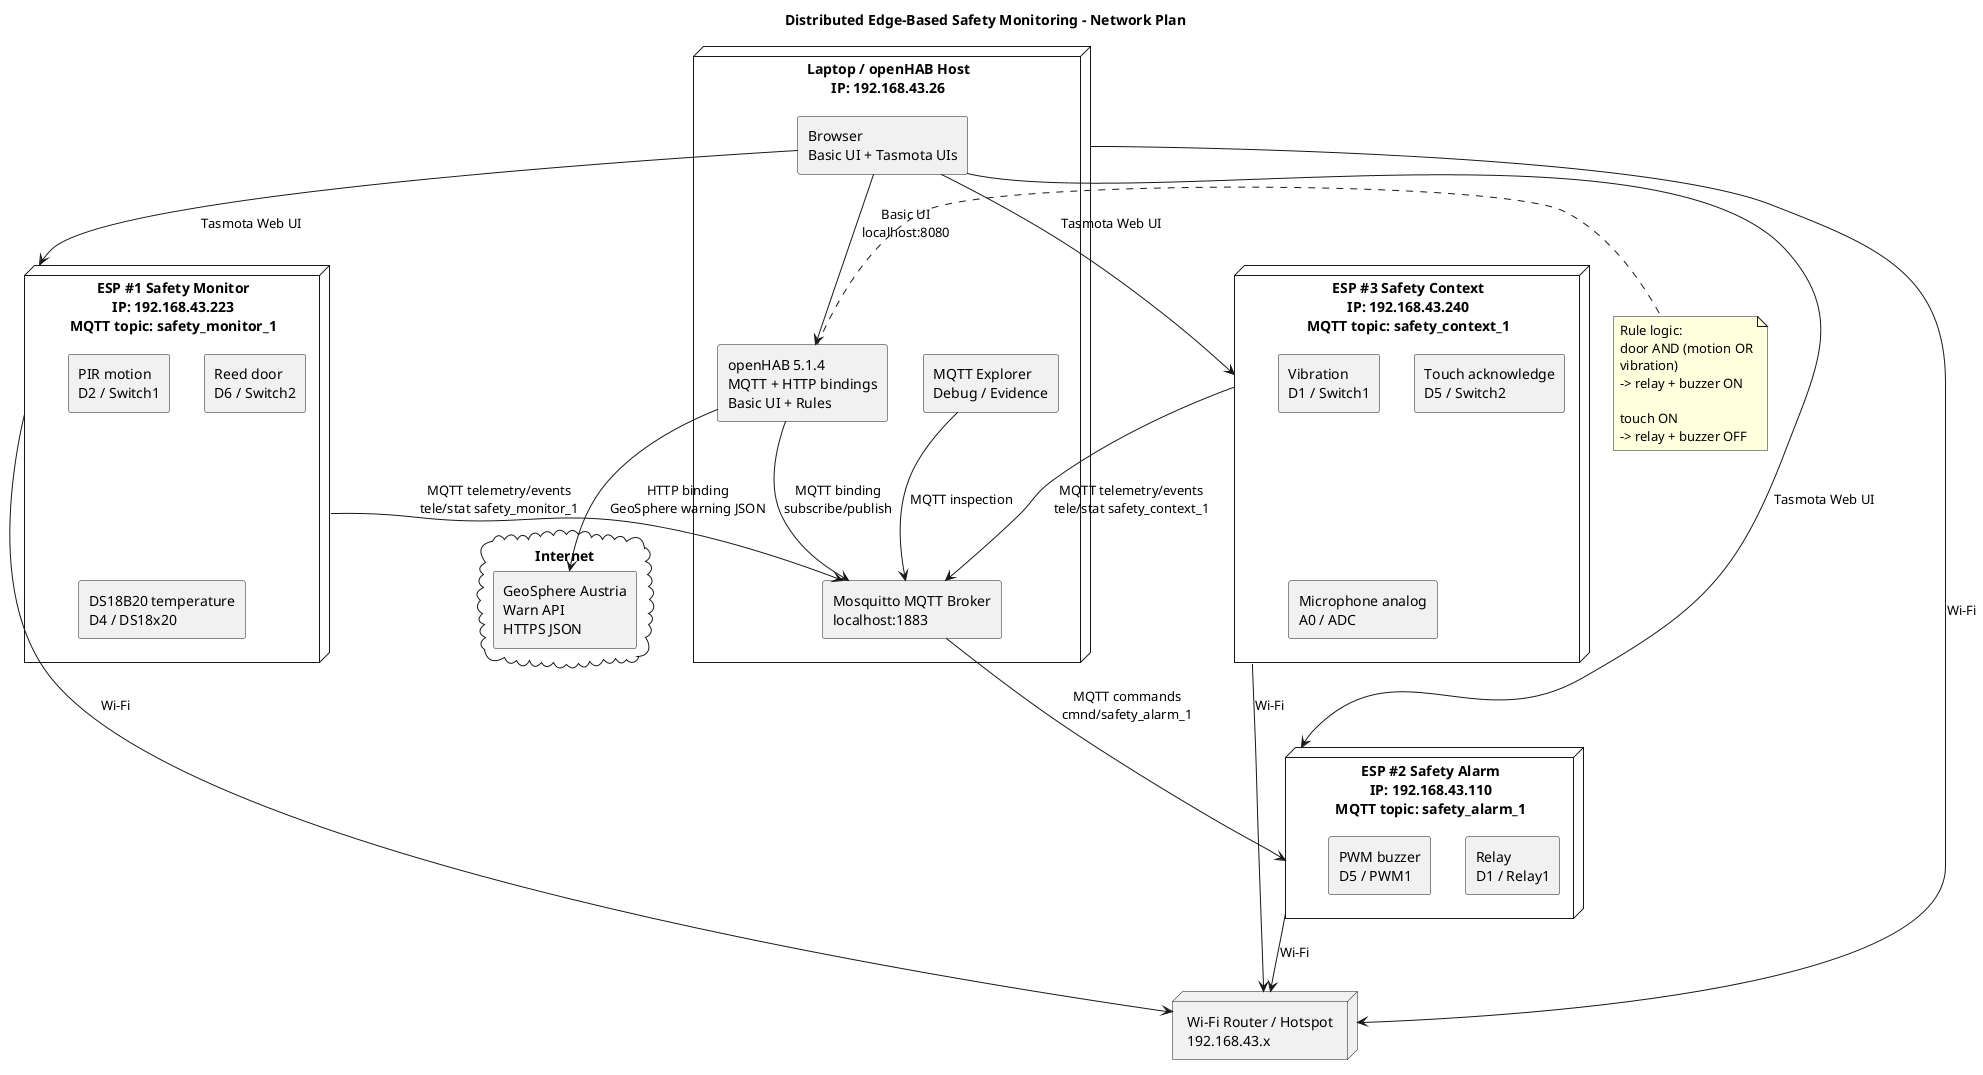
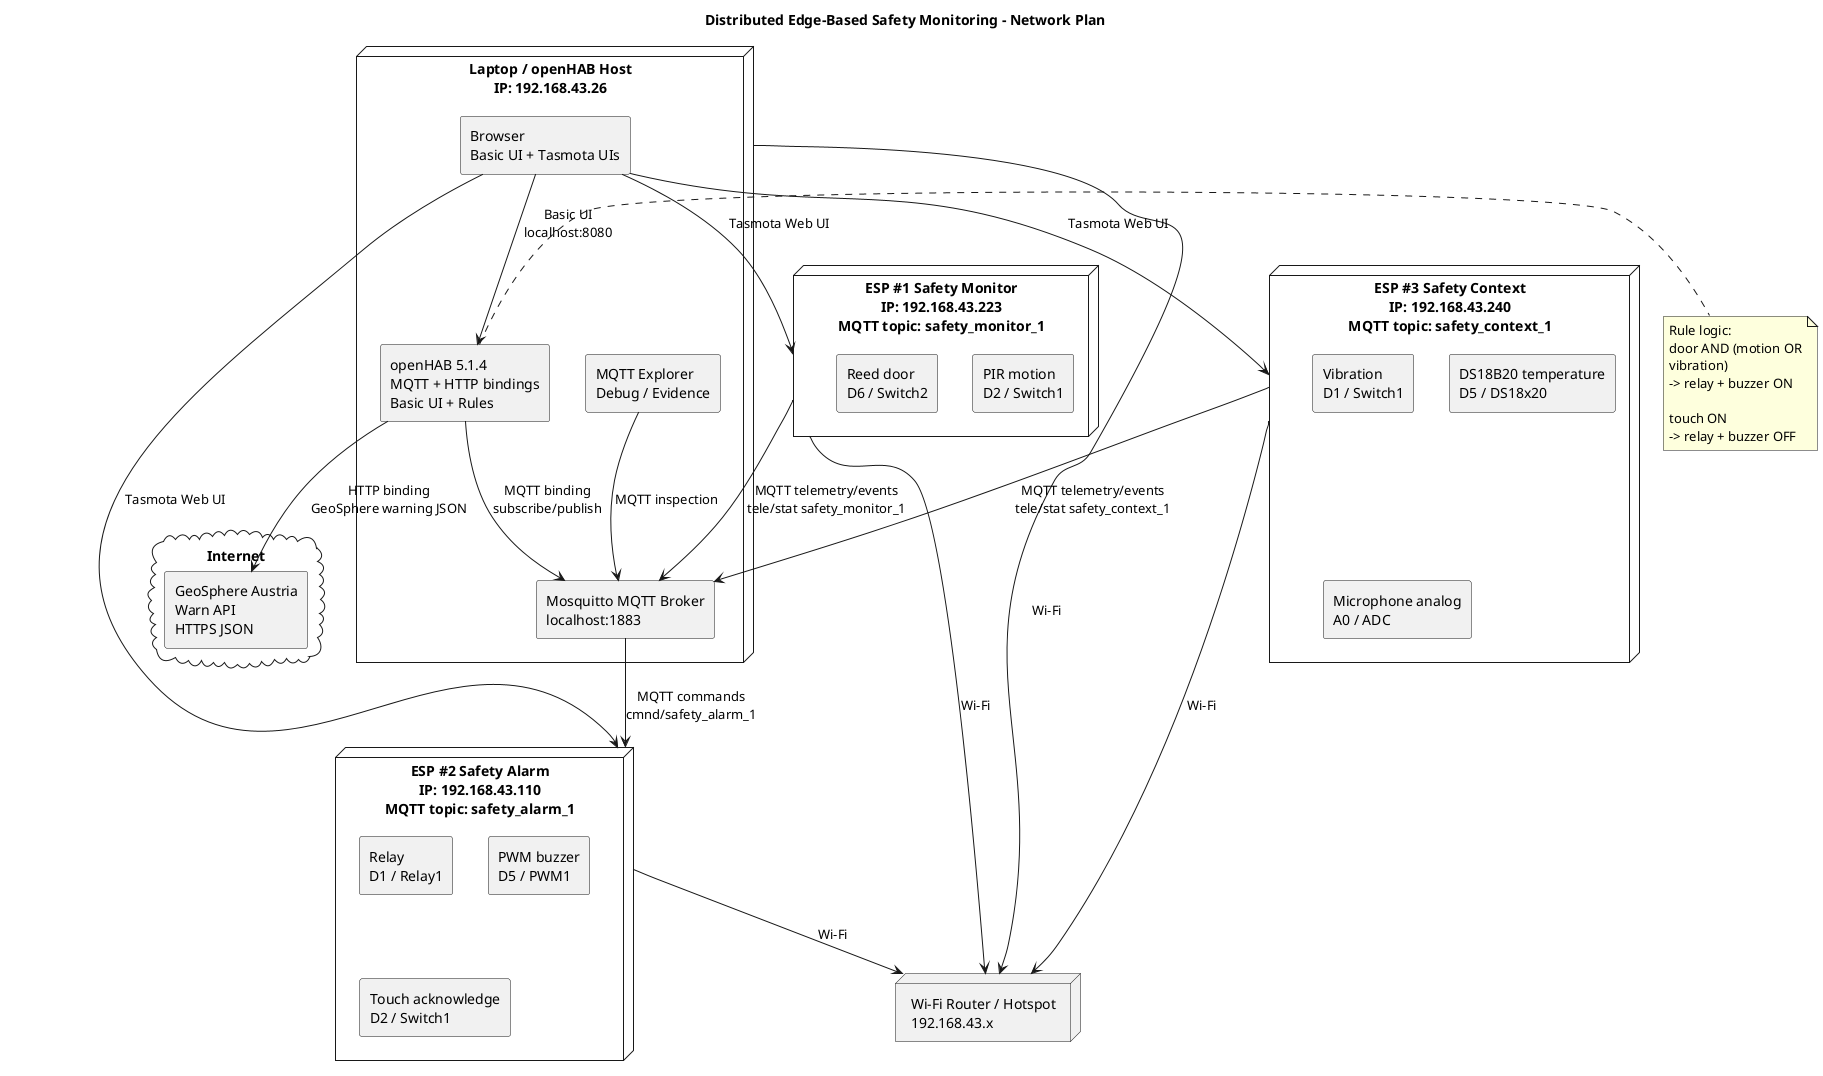
@startuml
title Distributed Edge-Based Safety Monitoring - Network Plan

skinparam shadowing false
skinparam componentStyle rectangle
skinparam wrapWidth 180

cloud "Internet" as internet {
  rectangle "GeoSphere Austria\nWarn API\nHTTPS JSON" as geosphere
}

node "Laptop / openHAB Host\nIP: 192.168.43.26" as laptop {
  component "Mosquitto MQTT Broker\nlocalhost:1883" as mosquitto
  component "openHAB 5.1.4\nMQTT + HTTP bindings\nBasic UI + Rules" as openhab
  component "MQTT Explorer\nDebug / Evidence" as explorer
  component "Browser\nBasic UI + Tasmota UIs" as browser
}

node "Wi-Fi Router / Hotspot\n192.168.43.x" as wifi

node "ESP #1 Safety Monitor\nIP: 192.168.43.223\nMQTT topic: safety_monitor_1" as esp1 {
  component "PIR motion\nD2 / Switch1" as pir
  component "Reed door\nD6 / Switch2" as reed
-   component "DS18B20 temperature\nD4 / DS18x20" as temp
}

node "ESP #2 Safety Alarm\nIP: 192.168.43.110\nMQTT topic: safety_alarm_1" as esp2 {
  component "Relay\nD1 / Relay1" as relay
  component "PWM buzzer\nD5 / PWM1" as buzzer
+   component "Touch acknowledge\nD2 / Switch1" as touch
}

node "ESP #3 Safety Context\nIP: 192.168.43.240\nMQTT topic: safety_context_1" as esp3 {
  component "Vibration\nD1 / Switch1" as vibration
-   component "Touch acknowledge\nD5 / Switch2" as touch
+   component "DS18B20 temperature\nD5 / DS18x20" as temp
  component "Microphone analog\nA0 / ADC" as mic
}

esp1 --> wifi : Wi-Fi
esp2 --> wifi : Wi-Fi
esp3 --> wifi : Wi-Fi
laptop --> wifi : Wi-Fi

esp1 --> mosquitto : MQTT telemetry/events\ntele/stat safety_monitor_1
esp3 --> mosquitto : MQTT telemetry/events\ntele/stat safety_context_1
openhab --> mosquitto : MQTT binding\nsubscribe/publish
mosquitto --> esp2 : MQTT commands\ncmnd/safety_alarm_1
explorer --> mosquitto : MQTT inspection

browser --> openhab : Basic UI\nlocalhost:8080
browser --> esp1 : Tasmota Web UI
browser --> esp2 : Tasmota Web UI
browser --> esp3 : Tasmota Web UI

openhab --> geosphere : HTTP binding\nGeoSphere warning JSON

note right of openhab
Rule logic:
door AND (motion OR vibration)
-> relay + buzzer ON

touch ON
-> relay + buzzer OFF
end note

@enduml
